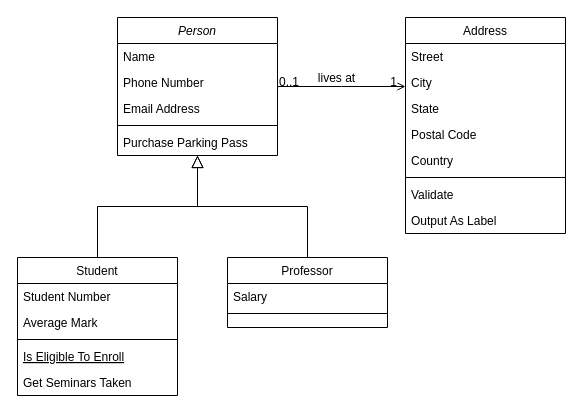
Above: Untitled Diagram.drawio in biaochenxuying/biaochenxuying (draw.io), before the change. Source tidied: cells renumbered, new cells numbered last; positions are measured from the earlier drawing's top-left corner, leaving out a move shared by most shapes. Both pictures are drawn from the tidied source at 100%, with x=0, y=0 at pixel (17, 17).
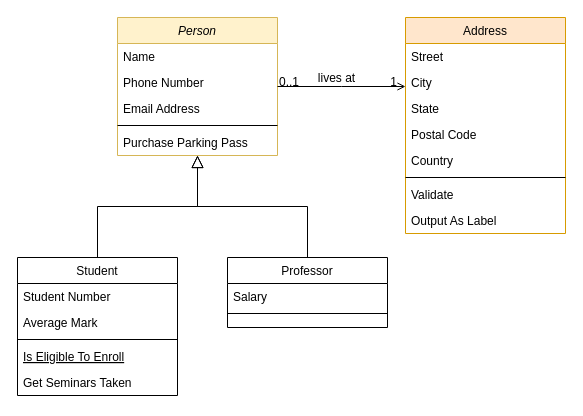
The same page after the edit.

The edit, as a diff of the source:
```diff
@@
-    <mxCell id="2" value="Person" style="swimlane;fontStyle=2;align=center;verticalAlign=top;horizontal=1;startSize=26;rounded=0;shadow=0;strokeWidth=1;" parent="1" vertex="1">
+    <mxCell id="2" value="Person" style="swimlane;fontStyle=2;align=center;verticalAlign=top;horizontal=1;startSize=26;rounded=0;shadow=0;strokeWidth=1;fillColor=#fff2cc;strokeColor=#d6b656;" parent="1" vertex="1">
       <mxGeometry x="100" width="160" height="138" as="geometry" />
     </mxCell>
@@
-    <mxCell id="19" value="Address" style="swimlane;fontStyle=0;align=center;verticalAlign=top;horizontal=1;startSize=26;rounded=0;shadow=0;strokeWidth=1;" parent="1" vertex="1">
+    <mxCell id="19" value="Address" style="swimlane;fontStyle=0;align=center;verticalAlign=top;horizontal=1;startSize=26;rounded=0;shadow=0;strokeWidth=1;fillColor=#ffe6cc;strokeColor=#d79b00;" parent="1" vertex="1">
       <mxGeometry x="388" width="160" height="216" as="geometry" />
     </mxCell>
```
